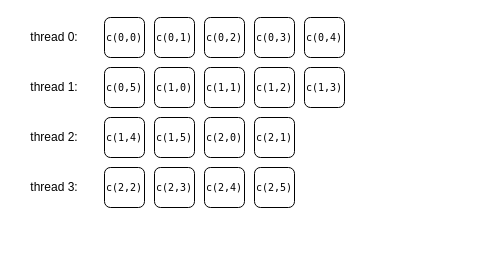
Before: Terzo Anno/Programmazione di Sistemi Multicore/letexSrcFile/images/cicliAnnidati4.drawio in CasuFrost/University_notes, a draw.io diagram. Source tidied: cells renumbered, new cells numbered last; positions are measured from the earlier drawing's top-left corner, leaving out a move shared by most shapes. Both pictures are drawn from the tidied source at 100%, with x=0, y=0 at pixel (24, 17).
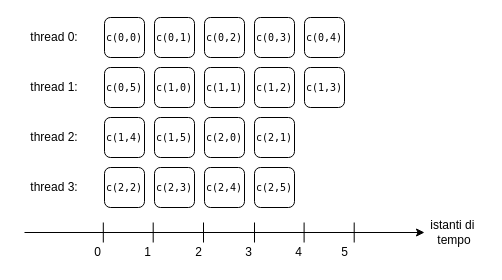
After the change.

Change to the diagram source:
```diff
@@
+    <mxCell id="24" style="endArrow=classic;html=1;rounded=0;" parent="1" edge="1" target="25">
+      <mxGeometry relative="1" as="geometry">
+        <mxPoint y="215" as="sourcePoint" />
+      </mxGeometry>
+    </mxCell>
+    <mxCell id="25" value="istanti di&amp;nbsp;&lt;div&gt;tempo&lt;/div&gt;" style="text;html=1;align=center;verticalAlign=middle;whiteSpace=wrap;rounded=0;" parent="1" vertex="1">
+      <mxGeometry x="400" y="200" width="60" height="30" as="geometry" />
+    </mxCell>
+    <mxCell id="26" style="endArrow=none;html=1;rounded=0;" parent="1" edge="1">
+      <mxGeometry relative="1" as="geometry">
+        <mxPoint x="78.8" y="225" as="sourcePoint" />
+        <mxPoint x="78.8" y="205" as="targetPoint" />
+      </mxGeometry>
+    </mxCell>
+    <mxCell id="27" style="endArrow=none;html=1;rounded=0;" parent="1" edge="1">
+      <mxGeometry relative="1" as="geometry">
+        <mxPoint x="128.7" y="225" as="sourcePoint" />
+        <mxPoint x="128.7" y="205" as="targetPoint" />
+      </mxGeometry>
+    </mxCell>
+    <mxCell id="28" style="endArrow=none;html=1;rounded=0;" parent="1" edge="1">
+      <mxGeometry relative="1" as="geometry">
+        <mxPoint x="179" y="225" as="sourcePoint" />
+        <mxPoint x="179" y="205" as="targetPoint" />
+      </mxGeometry>
+    </mxCell>
+    <mxCell id="29" style="endArrow=none;html=1;rounded=0;" parent="1" edge="1">
+      <mxGeometry relative="1" as="geometry">
+        <mxPoint x="230" y="225" as="sourcePoint" />
+        <mxPoint x="230" y="205" as="targetPoint" />
+      </mxGeometry>
+    </mxCell>
+    <mxCell id="30" style="endArrow=none;html=1;rounded=0;" parent="1" edge="1">
+      <mxGeometry relative="1" as="geometry">
+        <mxPoint x="279.6" y="225" as="sourcePoint" />
+        <mxPoint x="279.6" y="205" as="targetPoint" />
+      </mxGeometry>
+    </mxCell>
+    <mxCell id="31" style="endArrow=none;html=1;rounded=0;" parent="1" edge="1">
+      <mxGeometry relative="1" as="geometry">
+        <mxPoint x="329.7" y="225" as="sourcePoint" />
+        <mxPoint x="329.7" y="205" as="targetPoint" />
+      </mxGeometry>
+    </mxCell>
+    <mxCell id="32" value="0" style="text;html=1;align=center;verticalAlign=middle;whiteSpace=wrap;rounded=0;" parent="1" vertex="1">
+      <mxGeometry x="68" y="225" width="11" height="20" as="geometry" />
+    </mxCell>
+    <mxCell id="33" value="1" style="text;html=1;align=center;verticalAlign=middle;whiteSpace=wrap;rounded=0;" parent="1" vertex="1">
+      <mxGeometry x="118" y="225" width="11" height="20" as="geometry" />
+    </mxCell>
+    <mxCell id="34" value="2" style="text;html=1;align=center;verticalAlign=middle;whiteSpace=wrap;rounded=0;" parent="1" vertex="1">
+      <mxGeometry x="169" y="225" width="11" height="20" as="geometry" />
+    </mxCell>
+    <mxCell id="35" value="3" style="text;html=1;align=center;verticalAlign=middle;whiteSpace=wrap;rounded=0;" parent="1" vertex="1">
+      <mxGeometry x="219" y="225" width="11" height="20" as="geometry" />
+    </mxCell>
+    <mxCell id="36" value="4" style="text;html=1;align=center;verticalAlign=middle;whiteSpace=wrap;rounded=0;" parent="1" vertex="1">
+      <mxGeometry x="269" y="225" width="11" height="20" as="geometry" />
+    </mxCell>
+    <mxCell id="37" value="5" style="text;html=1;align=center;verticalAlign=middle;whiteSpace=wrap;rounded=0;" parent="1" vertex="1">
+      <mxGeometry x="315" y="225" width="11" height="20" as="geometry" />
+    </mxCell>
```
